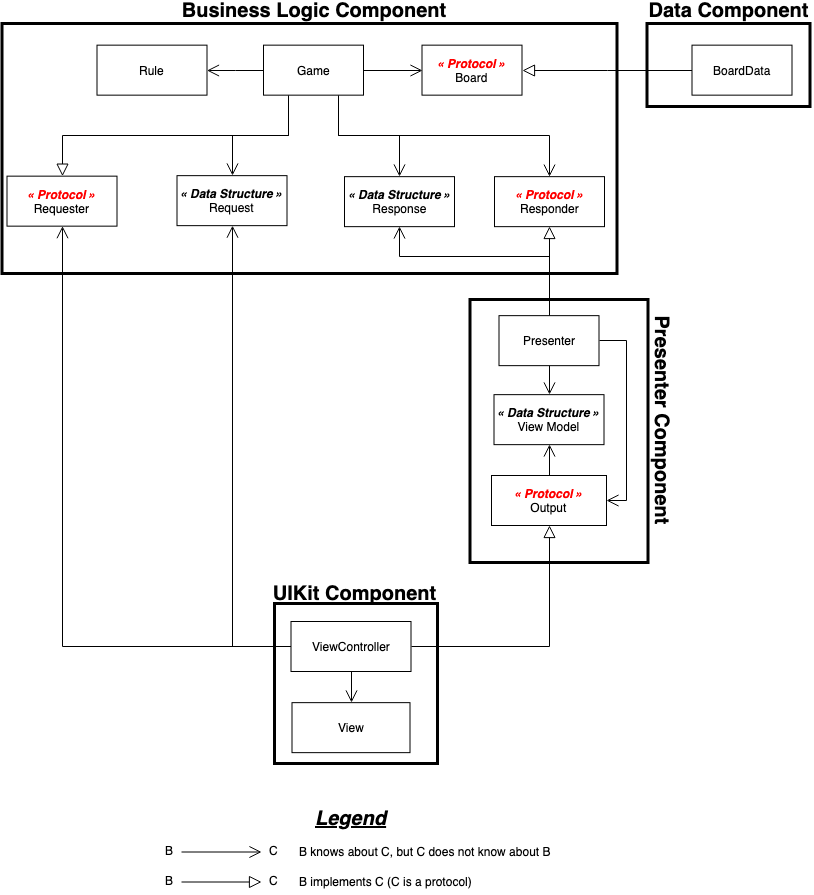
Above: Images/Class.png in supensa/oc_ios_project5 (draw.io), before the change. Source tidied: cells renumbered, new cells last; positions are measured from the earlier drawing's top-left corner, leaving out a move shared by most shapes.
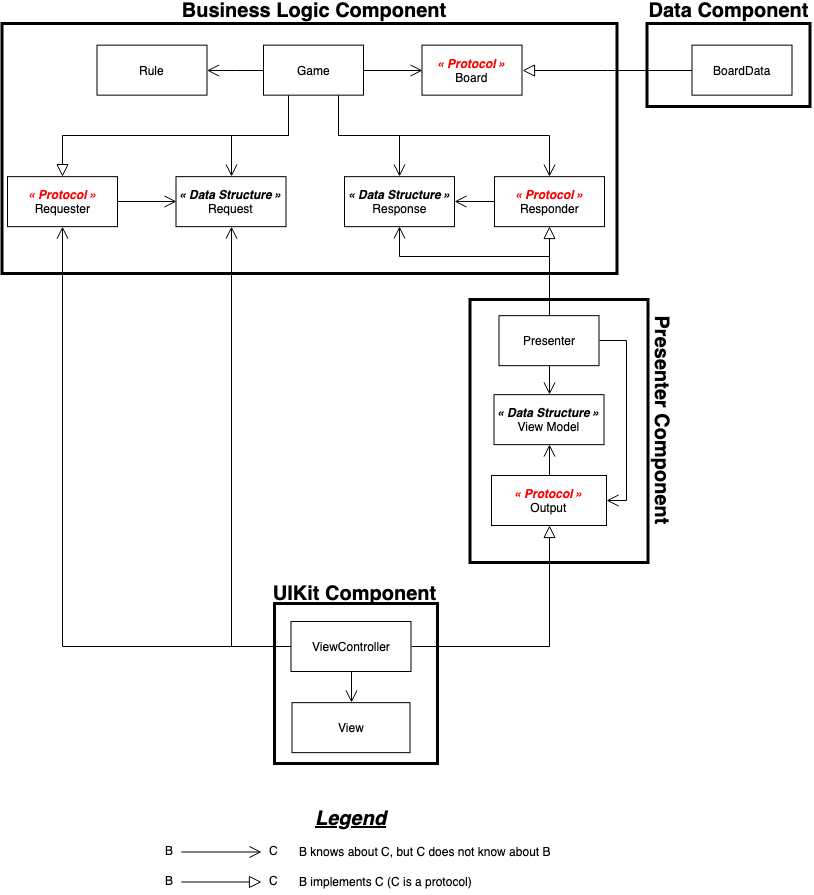
After the commit.

Commit message:
Updated class diagram

Change to the diagram source:
```diff
@@ -36,13 +36,16 @@
       <mxGeometry x="689.5" y="44.6" width="100" height="50" as="geometry" />
     </mxCell>
     <mxCell id="13" value="&lt;b&gt;&lt;i&gt;« Data Structure »&lt;/i&gt;&lt;/b&gt;&lt;br&gt;Request&lt;br&gt;" style="html=1;" parent="1" vertex="1">
-      <mxGeometry x="174.5" y="175.1" width="110" height="50" as="geometry" />
+      <mxGeometry x="173.5" y="176.1" width="110" height="50" as="geometry" />
     </mxCell>
     <mxCell id="14" value="&lt;b&gt;&lt;i&gt;« Data Structure »&lt;/i&gt;&lt;/b&gt;&lt;br&gt;Response&lt;br&gt;" style="html=1;" parent="1" vertex="1">
       <mxGeometry x="342" y="176.1" width="110" height="50" as="geometry" />
     </mxCell>
+    <mxCell id="48" style="edgeStyle=orthogonalEdgeStyle;rounded=0;jettySize=auto;html=1;exitX=1;exitY=0.5;exitDx=0;exitDy=0;entryX=0;entryY=0.5;entryDx=0;entryDy=0;endSize=10;endArrow=open;endFill=0;" parent="1" edge="1" source="15" target="13">
+      <mxGeometry relative="1" as="geometry" />
+    </mxCell>
     <mxCell id="15" value="&lt;font color=&quot;#ff0000&quot;&gt;&lt;b&gt;&lt;i&gt;« Protocol »&lt;/i&gt;&lt;/b&gt;&lt;br&gt;&lt;/font&gt;Requester&lt;br&gt;" style="html=1;" parent="1" vertex="1">
-      <mxGeometry x="4.5" y="175.6" width="110" height="50" as="geometry" />
+      <mxGeometry x="5" y="176.1" width="110" height="50" as="geometry" />
     </mxCell>
     <mxCell id="16" style="edgeStyle=orthogonalEdgeStyle;rounded=0;jettySize=auto;html=1;exitX=0.5;exitY=1;exitDx=0;exitDy=0;entryX=0.5;entryY=0;entryDx=0;entryDy=0;endArrow=open;endFill=0;endSize=10;" parent="1" edge="1" source="20" target="33">
       <mxGeometry relative="1" as="geometry" />
@@ -81,6 +84,9 @@
     <mxCell id="26" value="Business Logic Component&lt;br style=&quot;font-size: 20px&quot;&gt;" style="text;html=1;strokeColor=none;fillColor=none;align=center;verticalAlign=middle;whiteSpace=wrap;rounded=0;shadow=0;glass=0;comic=0;fontStyle=1;fontSize=20;" parent="1" vertex="1">
       <mxGeometry x="166" y="0.1" width="290" height="20" as="geometry" />
     </mxCell>
+    <mxCell id="49" style="edgeStyle=orthogonalEdgeStyle;rounded=0;jettySize=auto;html=1;exitX=0;exitY=0.5;exitDx=0;exitDy=0;entryX=1;entryY=0.5;entryDx=0;entryDy=0;endArrow=open;endFill=0;endSize=10;" parent="1" edge="1" source="27" target="14">
+      <mxGeometry relative="1" as="geometry" />
+    </mxCell>
     <mxCell id="27" value="&lt;font color=&quot;#ff0000&quot;&gt;&lt;b&gt;&lt;i&gt;« Protocol »&lt;/i&gt;&lt;/b&gt;&lt;br&gt;&lt;/font&gt;Responder&lt;br&gt;" style="html=1;" parent="1" vertex="1">
       <mxGeometry x="492" y="176.1" width="110" height="50" as="geometry" />
     </mxCell>
@@ -116,9 +122,6 @@
     <mxCell id="36" style="rounded=0;whiteSpace=wrap;html=1;fillColor=none;strokeWidth=3;" parent="1" vertex="1">
       <mxGeometry x="467.5" y="299" width="178" height="263" as="geometry" />
     </mxCell>
-    <mxCell id="37" style="rounded=0;whiteSpace=wrap;html=1;fillColor=none;strokeWidth=3;" parent="1" vertex="1">
-      <mxGeometry x="-0.5" y="23" width="615" height="250" as="geometry" />
-    </mxCell>
     <mxCell id="38" value="B knows about C, but C does not know about B" style="text;html=1;align=left;verticalAlign=top;spacingTop=-4;" parent="1" vertex="1">
       <mxGeometry x="295" y="842" width="270" height="20" as="geometry" />
     </mxCell>
@@ -155,5 +158,8 @@
     <mxCell id="47" value="Legend" style="text;html=1;align=center;verticalAlign=middle;spacingTop=-4;fontSize=20;fontStyle=7;" parent="1" vertex="1">
       <mxGeometry x="318.5" y="810" width="60" height="20" as="geometry" />
     </mxCell>
+    <mxCell id="37" style="rounded=0;whiteSpace=wrap;html=1;fillColor=none;strokeWidth=3;" parent="1" vertex="1">
+      <mxGeometry x="-0.5" y="23" width="615" height="250" as="geometry" />
+    </mxCell>
   </root>
 </mxGraphModel>
```
